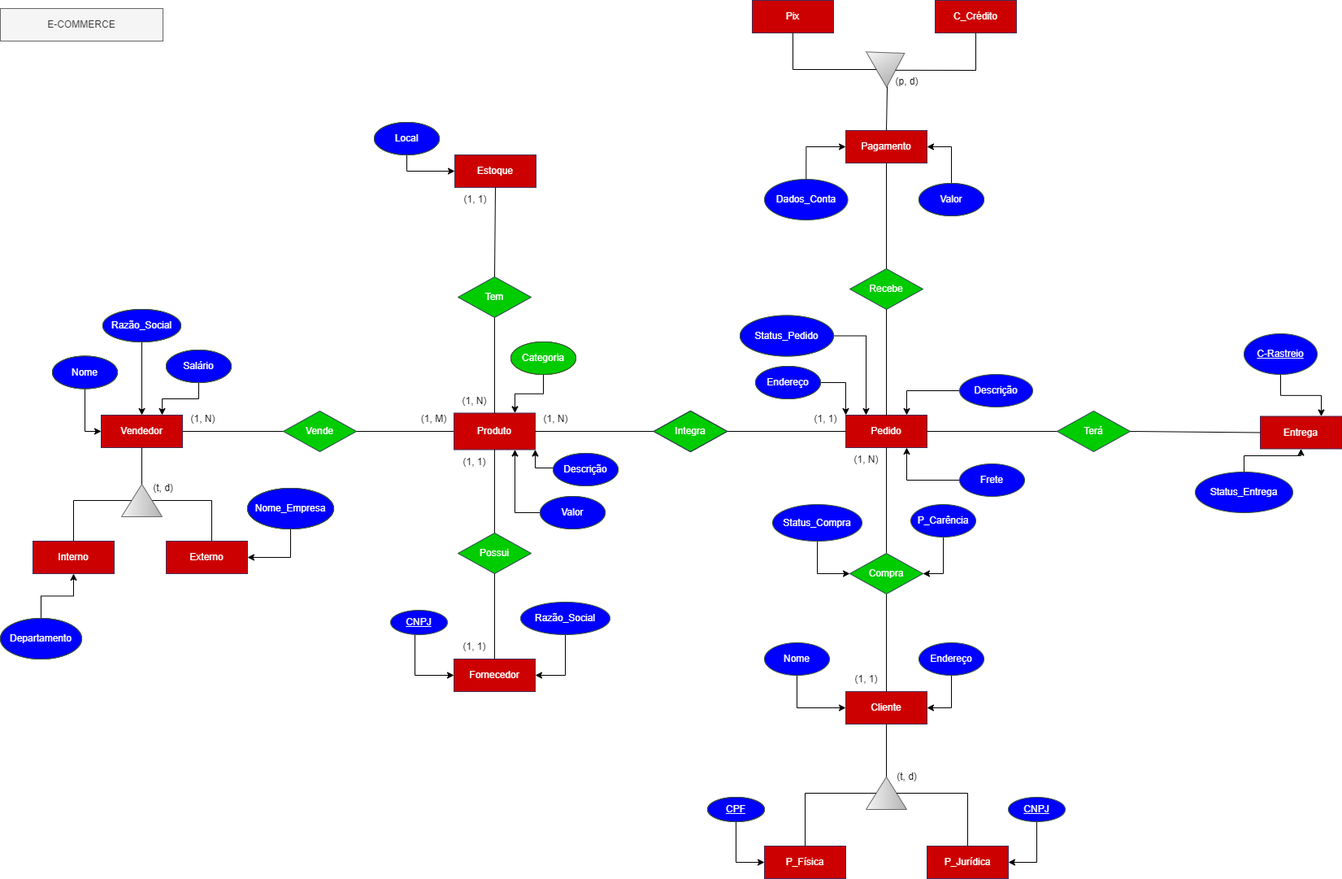
The draw.io diagram E-Commerce.drawio.png in EngMario97/-Refinando-um-Projeto-Conceitual-de-Banco-de-Dados-E-COMMERCE, before a commit. Source tidied: cells renumbered, new cells last; positions are measured from the earlier drawing's top-left corner, leaving out a move shared by most shapes.
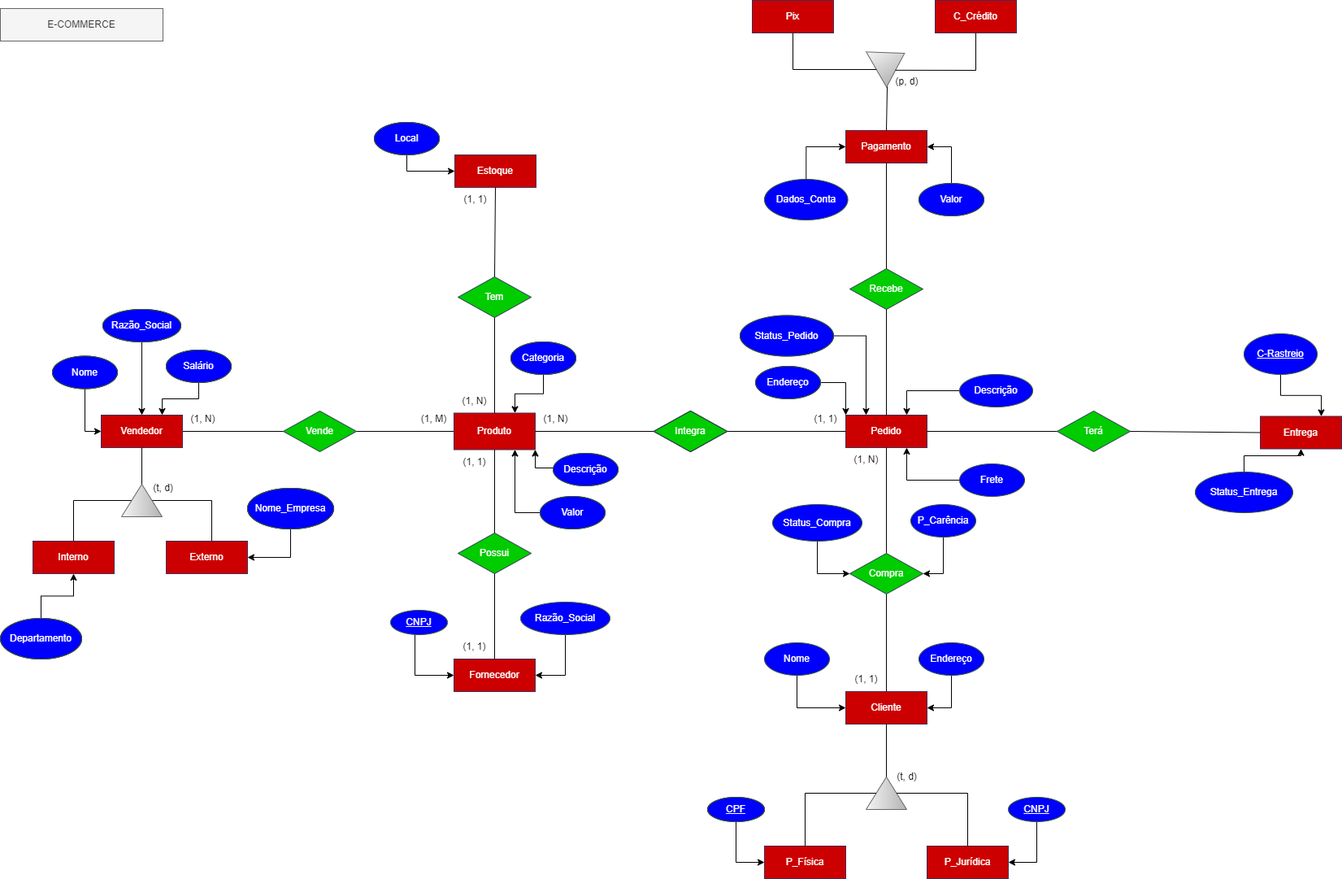
The same diagram one commit later.

Diff of the diagram source:
```diff
@@ -414,7 +414,7 @@
     <mxCell id="127" value="Razão_Social" style="ellipse;whiteSpace=wrap;html=1;align=center;fillColor=#0000FF;fontColor=#ffffff;strokeColor=#3A5431;" parent="1" vertex="1">
       <mxGeometry x="126" y="380" width="96" height="40" as="geometry" />
     </mxCell>
-    <mxCell id="128" value="Categoria" style="ellipse;whiteSpace=wrap;html=1;align=center;fillColor=#00CC00;fontColor=#ffffff;strokeColor=#3A5431;" parent="1" vertex="1">
+    <mxCell id="128" value="Categoria" style="ellipse;whiteSpace=wrap;html=1;align=center;fillColor=#0000FF;fontColor=#ffffff;strokeColor=#3A5431;" parent="1" vertex="1">
       <mxGeometry x="628" y="420" width="80" height="40" as="geometry" />
     </mxCell>
     <mxCell id="129" value="Local" style="ellipse;whiteSpace=wrap;html=1;align=center;fillColor=#0000FF;fontColor=#ffffff;strokeColor=#3A5431;" parent="1" vertex="1">
```
